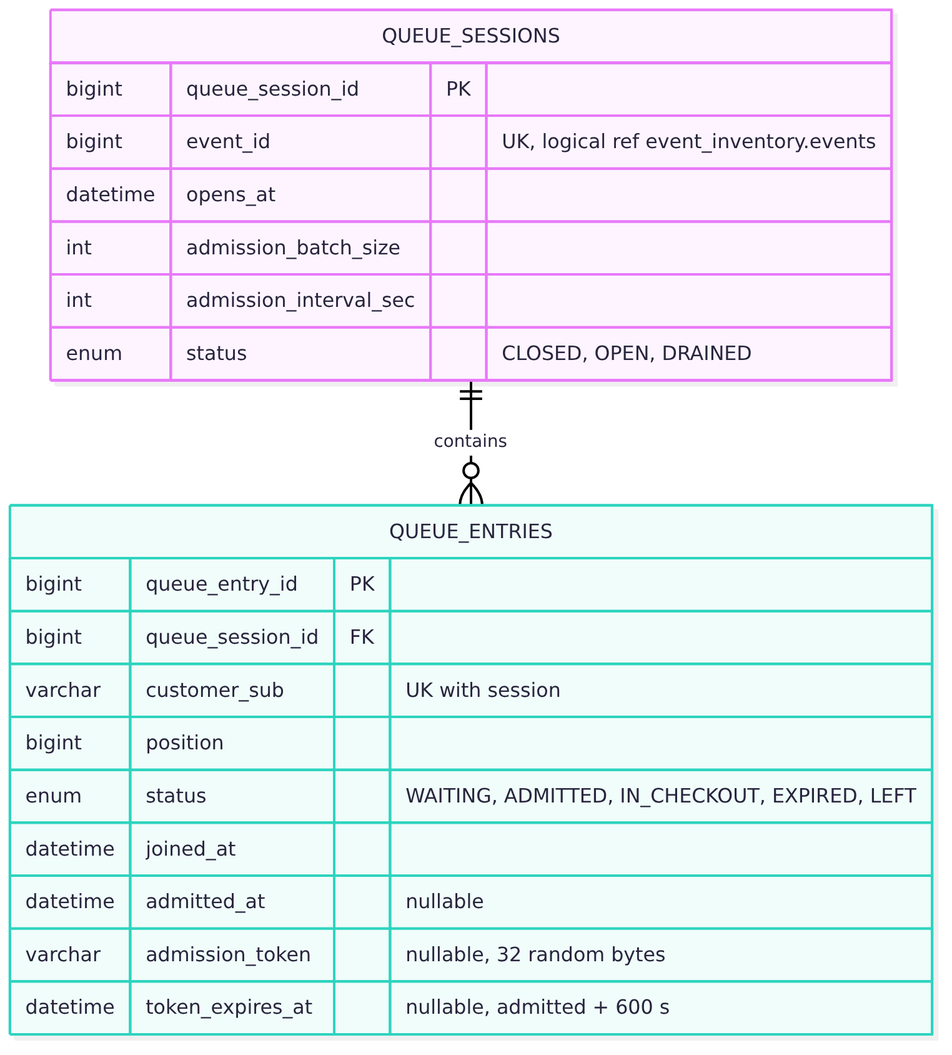
Above: diagrams/rendered/10-erd-queue.png in nus-mtech-grp1-sem2/docs (Mermaid), before the change. Its source is kept beside it as diagrams/src/10-erd-queue.mmd.
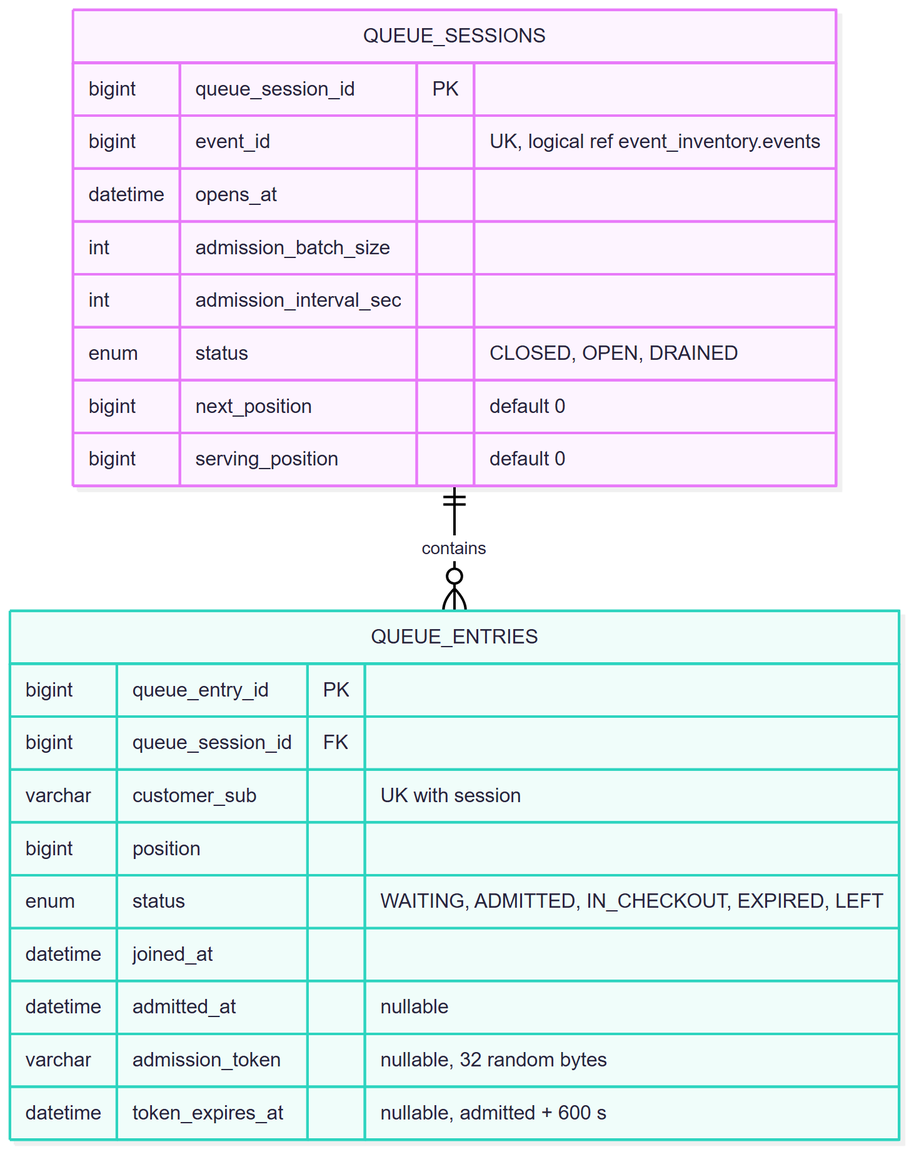
Above is the later version.

Commit message:
docs: refresh ERDs against the live database and add a whole-database ERD

What changed in the source:
```diff
@@ -7,6 +7,8 @@
         int admission_batch_size
         int admission_interval_sec
         enum status "CLOSED, OPEN, DRAINED"
+        bigint next_position "default 0"
+        bigint serving_position "default 0"
     }
     QUEUE_ENTRIES {
         bigint queue_entry_id PK
```
